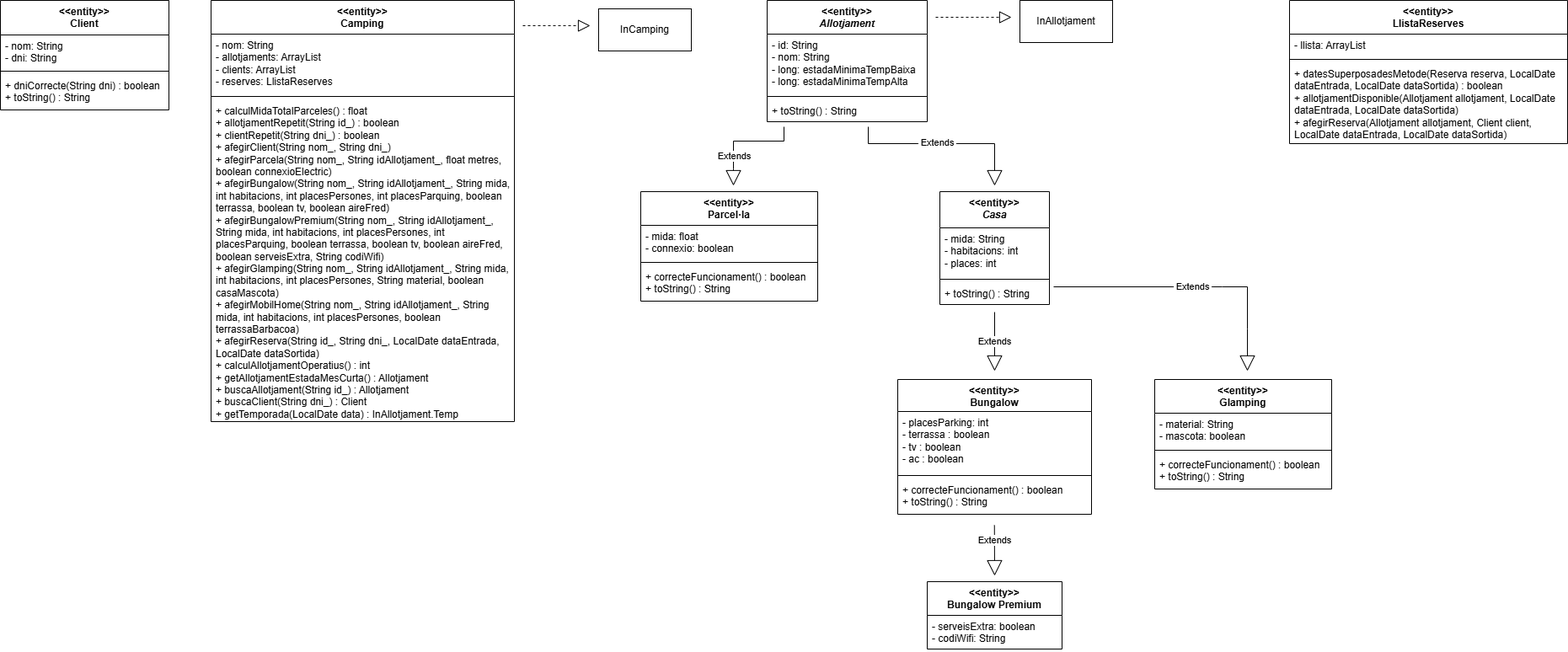
Before: Practica1.png, a diagram exported from draw.io (martimiro/Prog-II). Source tidied: cells renumbered, new cells last; positions are measured from the earlier drawing's top-left corner, leaving out a move shared by most shapes.
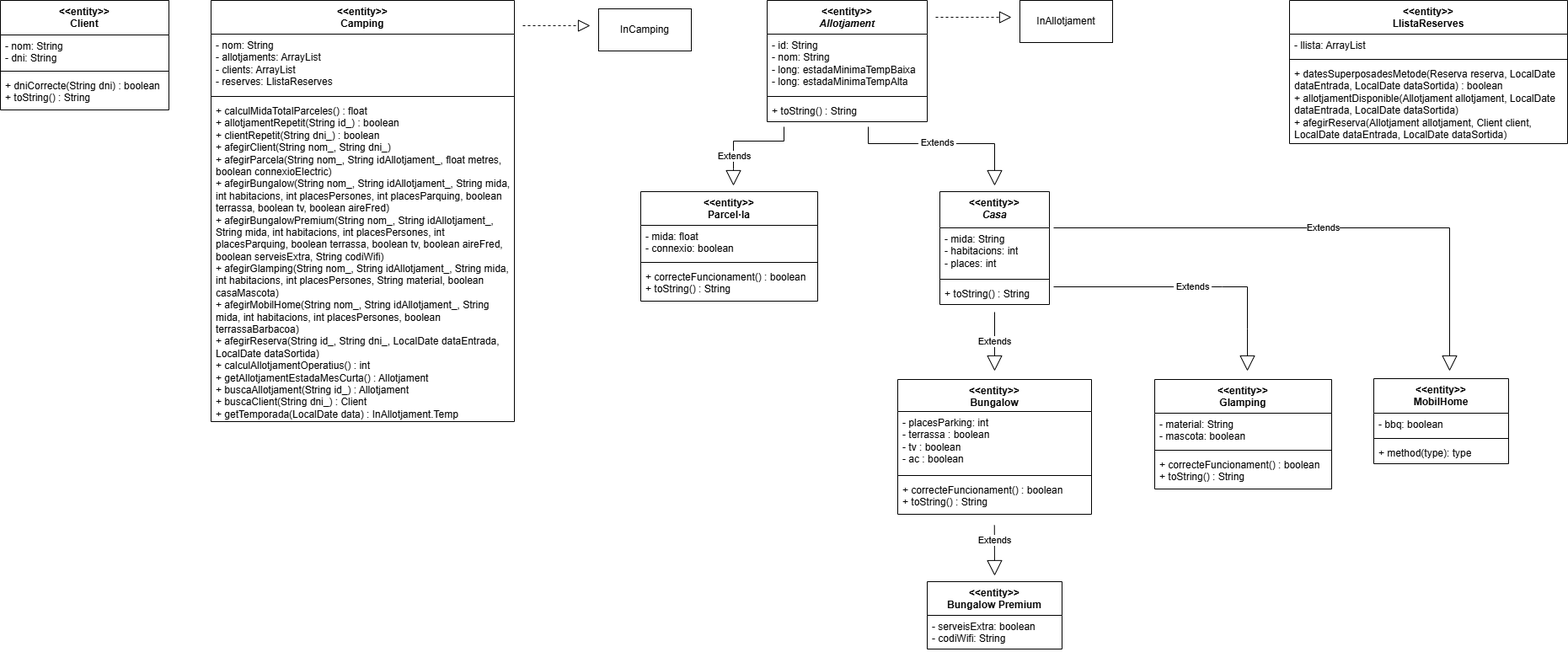
The same file after the commit.

Change to the diagram source:
```diff
@@ -175,5 +175,26 @@
         <mxPoint x="700" y="30" as="targetPoint" />
       </mxGeometry>
     </mxCell>
+    <mxCell id="48" value="Extends" style="endArrow=block;endSize=16;endFill=0;html=1;rounded=0;" parent="1" edge="1">
+      <mxGeometry relative="1" as="geometry">
+        <mxPoint x="1250" y="270" as="sourcePoint" />
+        <mxPoint x="1720" y="440" as="targetPoint" />
+        <Array as="points">
+          <mxPoint x="1720" y="270" />
+        </Array>
+      </mxGeometry>
+    </mxCell>
+    <mxCell id="49" value="&amp;lt;&amp;lt;entity&amp;gt;&amp;gt;&lt;div&gt;MobilHome&lt;/div&gt;" style="swimlane;fontStyle=1;align=center;verticalAlign=top;horizontal=1;startSize=41;whiteSpace=wrap;html=1;" parent="1" vertex="1">
+      <mxGeometry x="1630" y="449" width="160" height="101" as="geometry" />
+    </mxCell>
+    <mxCell id="50" value="- bbq: boolean" style="text;strokeColor=none;fillColor=none;align=left;verticalAlign=top;spacingLeft=4;spacingRight=4;overflow=hidden;whiteSpace=wrap;html=1;" parent="49" vertex="1">
+      <mxGeometry y="41" width="160" height="26" as="geometry" />
+    </mxCell>
+    <mxCell id="51" style="line;strokeWidth=1;fillColor=none;align=left;verticalAlign=middle;spacingTop=-1;spacingLeft=3;spacingRight=3;labelPosition=right;strokeColor=inherit;" parent="49" vertex="1">
+      <mxGeometry y="67" width="160" height="8" as="geometry" />
+    </mxCell>
+    <mxCell id="52" value="+ method(type): type" style="text;strokeColor=none;fillColor=none;align=left;verticalAlign=top;spacingLeft=4;spacingRight=4;overflow=hidden;whiteSpace=wrap;html=1;" parent="49" vertex="1">
+      <mxGeometry y="75" width="160" height="26" as="geometry" />
+    </mxCell>
   </root>
 </mxGraphModel>
```
